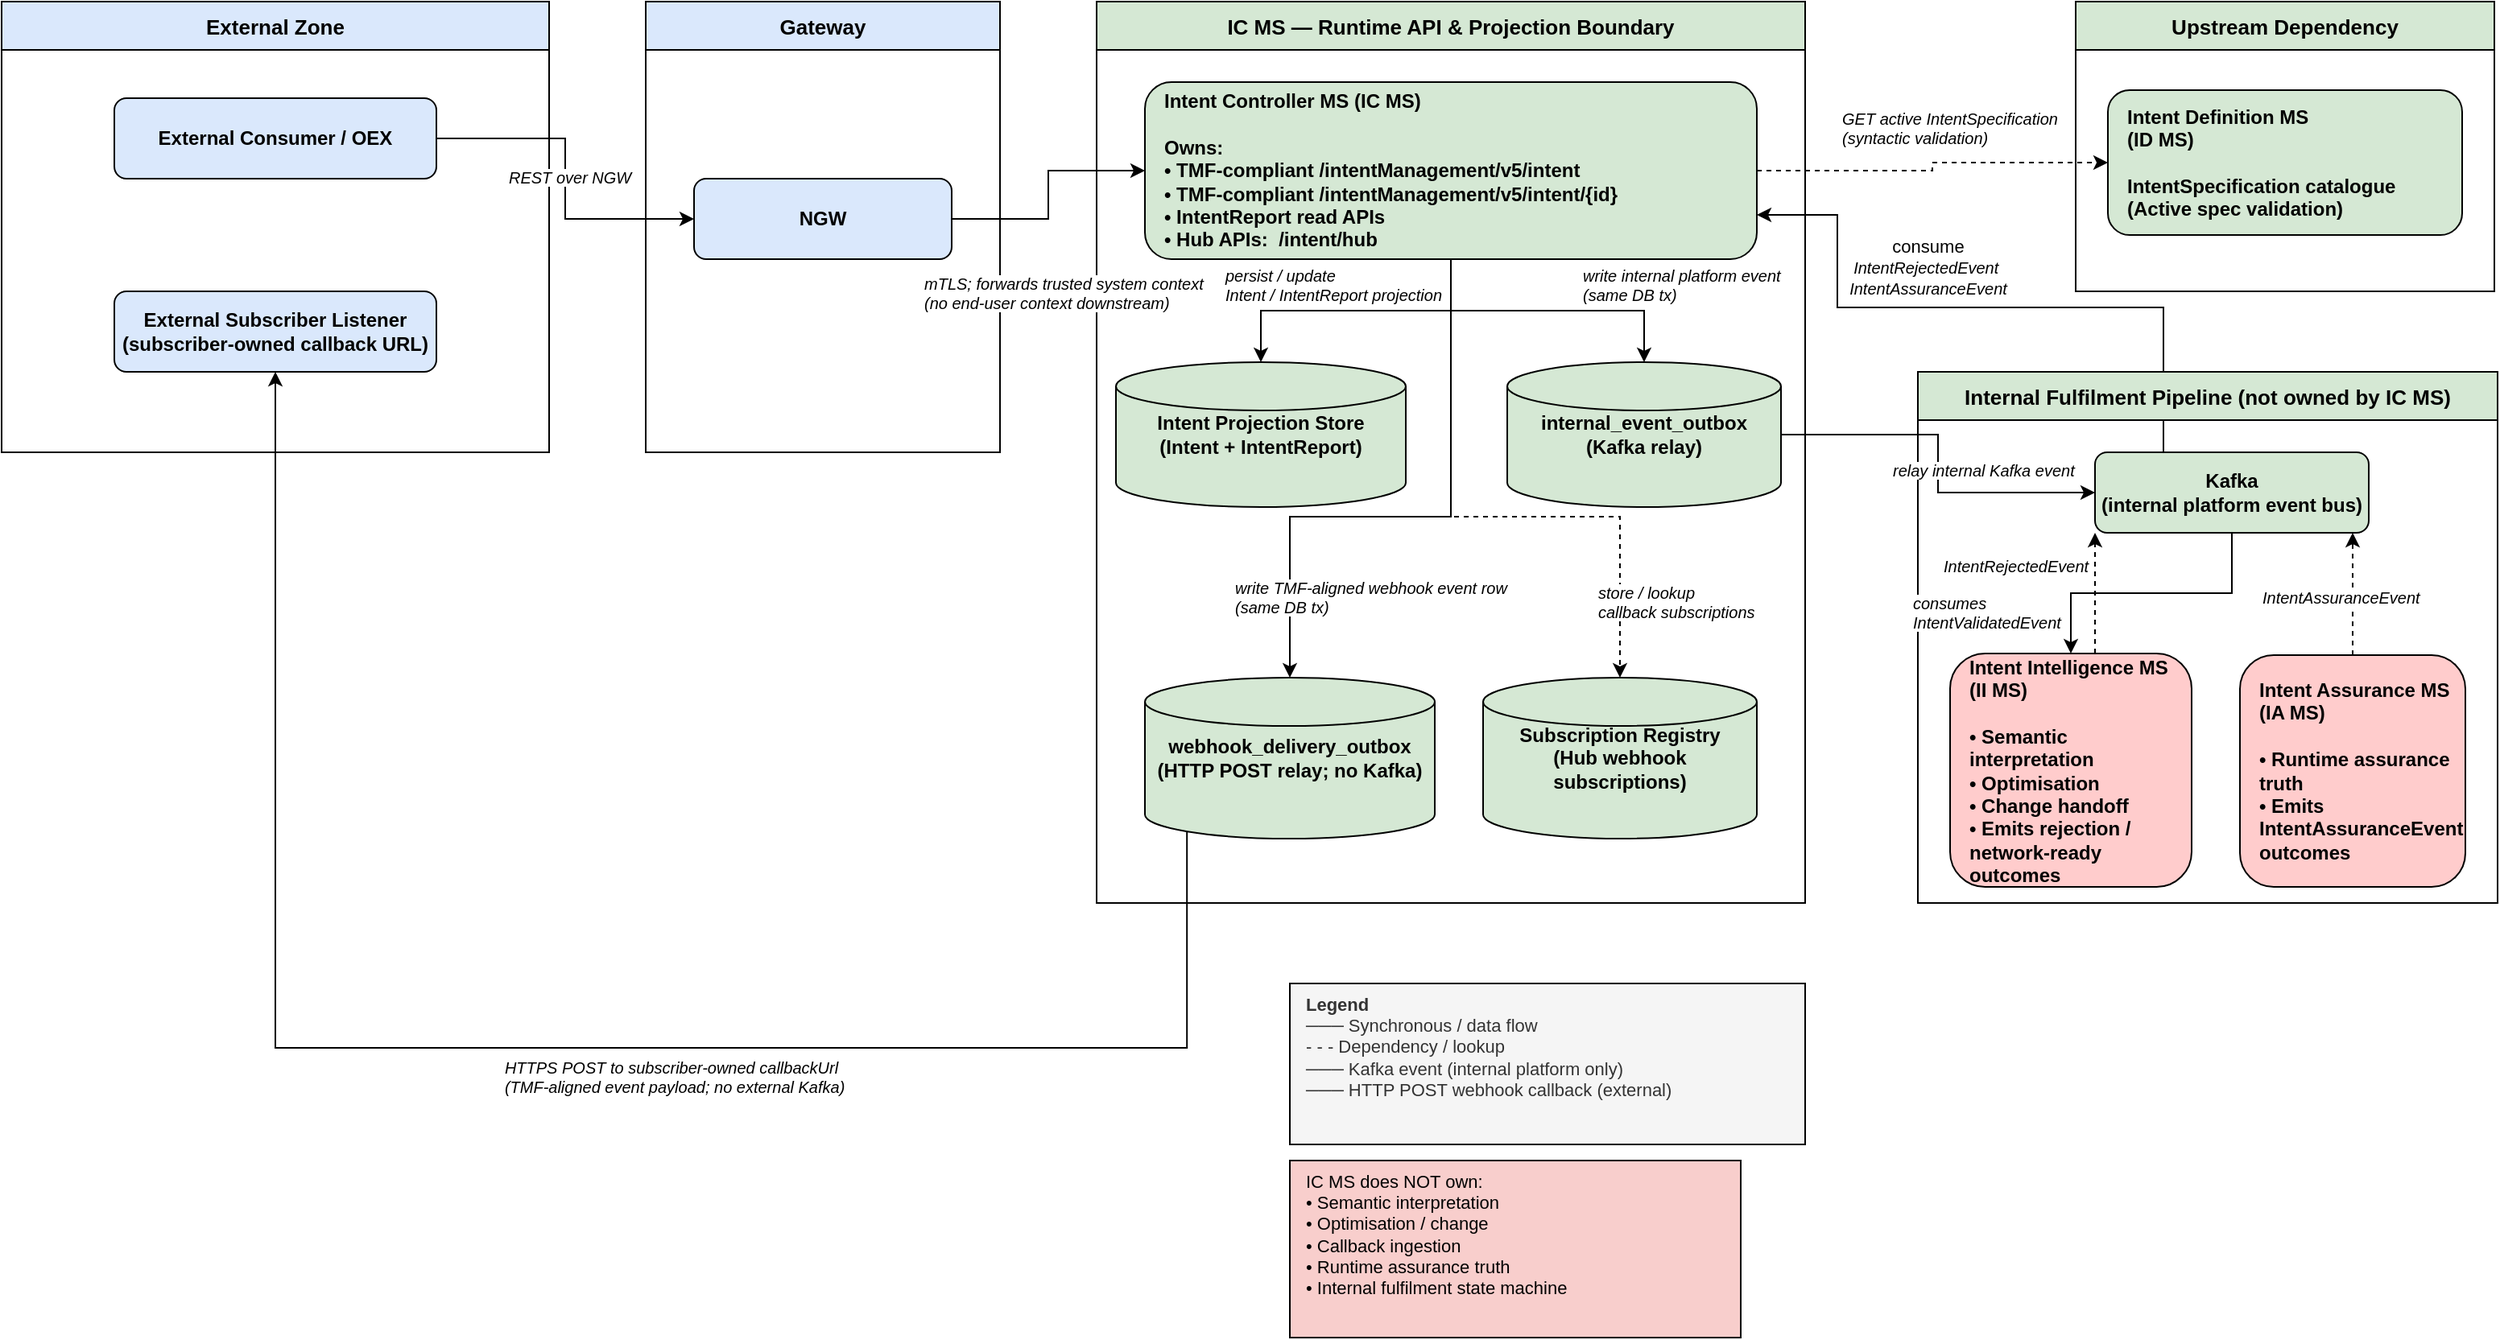
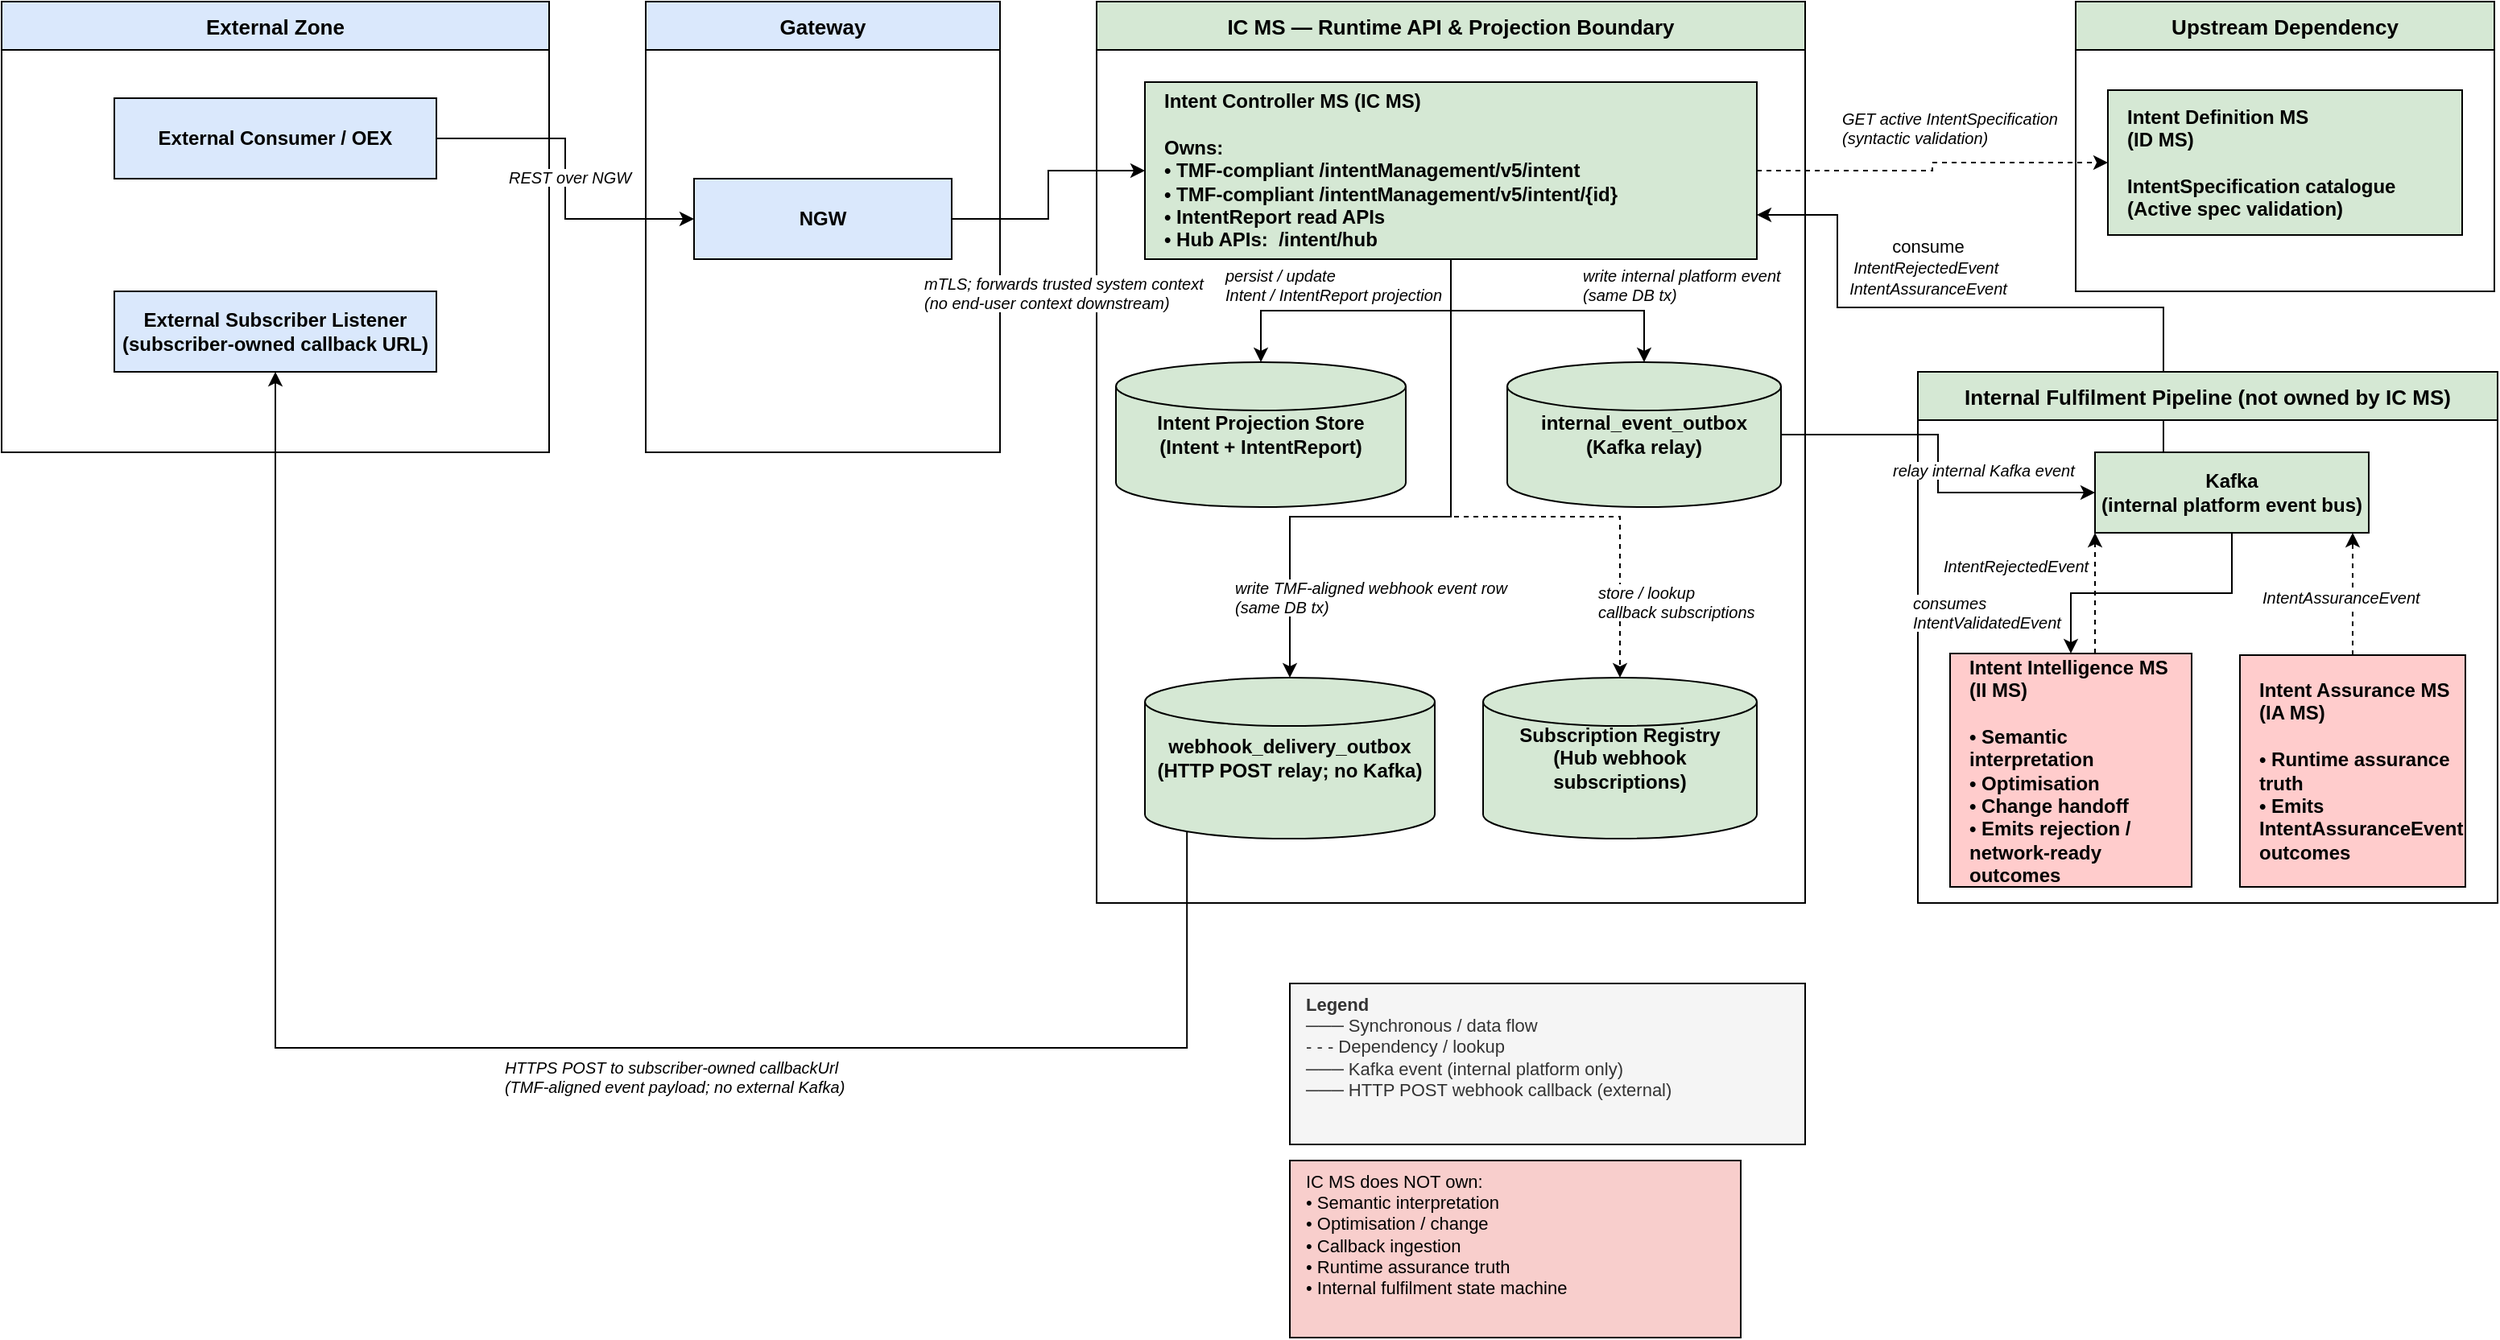
<mxfile host="65bd71144e">
    <diagram name="IC MS - Logical View" id="ic-ms-logical-view">
-         <mxGraphModel dx="615" dy="633" grid="1" gridSize="10" guides="1" tooltips="1" connect="1" arrows="1" fold="1" page="1" pageScale="1" pageWidth="1654" pageHeight="1169" math="0" shadow="0">
+         <mxGraphModel dx="665" dy="639" grid="1" gridSize="10" guides="1" tooltips="1" connect="1" arrows="1" fold="1" page="1" pageScale="1" pageWidth="1654" pageHeight="1169" math="0" shadow="0" adaptiveColors="none">
            <root>
                <mxCell id="0"/>
                <mxCell id="1" parent="0"/>
-                 <mxCell id="zone_external" value="External Zone" style="swimlane;startSize=30;fillColor=#dae8fc;strokeColor=default;fontStyle=1;fontSize=13;horizontal=1;container=0;" parent="1" vertex="1">
+                 <mxCell id="zone_external" value="External Zone" style="swimlane;startSize=30;fillColor=#dae8fc;strokeColor=default;fontStyle=1;fontSize=13;horizontal=1;container=0;rounded=0;" parent="1" vertex="1">
                    <mxGeometry x="40" y="40" width="340" height="280" as="geometry"/>
                </mxCell>
-                 <mxCell id="zone_gateway" value="Gateway" style="swimlane;startSize=30;fillColor=#dae8fc;strokeColor=default;fontStyle=1;fontSize=13;horizontal=1;container=0;" parent="1" vertex="1">
+                 <mxCell id="zone_gateway" value="Gateway" style="swimlane;startSize=30;fillColor=#dae8fc;strokeColor=default;fontStyle=1;fontSize=13;horizontal=1;container=0;rounded=0;" parent="1" vertex="1">
                    <mxGeometry x="440" y="40" width="220" height="280" as="geometry"/>
                </mxCell>
-                 <mxCell id="zone_icms" value="IC MS — Runtime API &amp; Projection Boundary" style="swimlane;startSize=30;fillColor=#d5e8d4;strokeColor=default;fontStyle=1;fontSize=13;horizontal=1;container=0;" parent="1" vertex="1">
+                 <mxCell id="zone_icms" value="IC MS — Runtime API &amp; Projection Boundary" style="swimlane;startSize=30;fillColor=#d5e8d4;strokeColor=default;fontStyle=1;fontSize=13;horizontal=1;container=0;rounded=0;" parent="1" vertex="1">
                    <mxGeometry x="720" y="40" width="440" height="560" as="geometry"/>
                </mxCell>
-                 <mxCell id="zone_idms" value="Upstream Dependency" style="swimlane;startSize=30;fillColor=#d5e8d4;strokeColor=default;fontStyle=1;fontSize=13;horizontal=1;container=0;" parent="1" vertex="1">
+                 <mxCell id="zone_idms" value="Upstream Dependency" style="swimlane;startSize=30;fillColor=#d5e8d4;strokeColor=default;fontStyle=1;fontSize=13;horizontal=1;container=0;rounded=0;" parent="1" vertex="1">
                    <mxGeometry x="1328" y="40" width="260" height="180" as="geometry"/>
                </mxCell>
                <mxCell id="0MlcjW0cjBZ2ITzH3IxV-1" style="edgeStyle=orthogonalEdgeStyle;rounded=0;orthogonalLoop=1;jettySize=auto;html=1;fillColor=#d5e8d4;strokeColor=default;exitX=0.25;exitY=0;exitDx=0;exitDy=0;entryX=1;entryY=0.75;entryDx=0;entryDy=0;" parent="1" source="kafka" target="icms_core" edge="1">
                    <mxGeometry relative="1" as="geometry">
                        <mxPoint x="1400" y="310" as="sourcePoint"/>
                        <mxPoint x="1130" y="230" as="targetPoint"/>
                        <Array as="points">
                            <mxPoint x="1383" y="230"/>
                            <mxPoint x="1180" y="230"/>
                            <mxPoint x="1180" y="173"/>
                        </Array>
                    </mxGeometry>
                </mxCell>
-                 <mxCell id="2" value="consume&lt;div&gt;&lt;span style=&quot;color: rgb(0, 0, 0); font-size: 10px; font-style: italic; text-align: left;&quot;&gt;IntentRejectedEvent&amp;nbsp;&lt;br&gt;&lt;span style=&quot;color: rgb(0, 0, 0);&quot;&gt;IntentAssuranceEvent&lt;/span&gt;&lt;/span&gt;&lt;/div&gt;" style="edgeLabel;html=1;align=center;verticalAlign=middle;resizable=0;points=[];" vertex="1" connectable="0" parent="0MlcjW0cjBZ2ITzH3IxV-1">
+                 <mxCell id="2" value="consume&lt;div&gt;&lt;span style=&quot;color: rgb(0, 0, 0); font-size: 10px; font-style: italic; text-align: left;&quot;&gt;IntentRejectedEvent&amp;nbsp;&lt;br&gt;&lt;span style=&quot;color: rgb(0, 0, 0);&quot;&gt;IntentAssuranceEvent&lt;/span&gt;&lt;/span&gt;&lt;/div&gt;" style="edgeLabel;html=1;align=center;verticalAlign=middle;resizable=0;points=[];rounded=0;" parent="0MlcjW0cjBZ2ITzH3IxV-1" vertex="1" connectable="0">
                    <mxGeometry x="0.4455" y="-1" relative="1" as="geometry">
                        <mxPoint x="52" y="-24" as="offset"/>
                    </mxGeometry>
                </mxCell>
-                 <mxCell id="zone_internal" value="Internal Fulfilment Pipeline (not owned by IC MS)" style="swimlane;startSize=30;fillColor=#d5e8d4;strokeColor=default;fontStyle=1;fontSize=13;horizontal=1;container=0;" parent="1" vertex="1">
+                 <mxCell id="zone_internal" value="Internal Fulfilment Pipeline (not owned by IC MS)" style="swimlane;startSize=30;fillColor=#d5e8d4;strokeColor=default;fontStyle=1;fontSize=13;horizontal=1;container=0;rounded=0;" parent="1" vertex="1">
                    <mxGeometry x="1230" y="270" width="360" height="330" as="geometry"/>
                </mxCell>
                <mxCell id="e1" style="edgeStyle=orthogonalEdgeStyle;rounded=0;" parent="1" source="ext_consumer" target="gateway" edge="1">
                    <mxGeometry relative="1" as="geometry"/>
                </mxCell>
-                 <mxCell id="e1_lbl" value="REST over NGW" style="edgeLabel;fontSize=10;fontStyle=2;container=0;" parent="e1" connectable="0" vertex="1">
+                 <mxCell id="e1_lbl" value="REST over NGW" style="edgeLabel;fontSize=10;fontStyle=2;container=0;rounded=0;" parent="e1" connectable="0" vertex="1">
                    <mxGeometry relative="0.5" as="geometry">
                        <mxPoint x="-37" y="-13" as="offset"/>
                    </mxGeometry>
                </mxCell>
                <mxCell id="e2" style="edgeStyle=orthogonalEdgeStyle;rounded=0;" parent="1" source="gateway" target="icms_core" edge="1">
                    <mxGeometry relative="1" as="geometry"/>
                </mxCell>
-                 <mxCell id="e2_lbl" value="mTLS; forwards trusted system context&#xa;(no end-user context downstream)" style="edgeLabel;fontSize=10;fontStyle=2;container=0;" parent="e2" connectable="0" vertex="1">
+                 <mxCell id="e2_lbl" value="mTLS; forwards trusted system context&#xa;(no end-user context downstream)" style="edgeLabel;fontSize=10;fontStyle=2;container=0;rounded=0;" parent="e2" connectable="0" vertex="1">
                    <mxGeometry relative="0.5" as="geometry">
                        <mxPoint x="-79" y="43" as="offset"/>
                    </mxGeometry>
                </mxCell>
                <mxCell id="e3" style="edgeStyle=orthogonalEdgeStyle;rounded=0;dashed=1;fillColor=#d5e8d4;strokeColor=default;" parent="1" source="icms_core" target="idms" edge="1">
                    <mxGeometry relative="1" as="geometry"/>
                </mxCell>
-                 <mxCell id="e3_lbl" value="GET active IntentSpecification&#xa;(syntactic validation)" style="edgeLabel;fontSize=10;fontStyle=2;container=0;" parent="e3" connectable="0" vertex="1">
+                 <mxCell id="e3_lbl" value="GET active IntentSpecification&#xa;(syntactic validation)" style="edgeLabel;fontSize=10;fontStyle=2;container=0;rounded=0;" parent="e3" connectable="0" vertex="1">
                    <mxGeometry relative="0.5" as="geometry">
                        <mxPoint x="-58" y="-42" as="offset"/>
                    </mxGeometry>
                </mxCell>
                <mxCell id="e4" style="edgeStyle=orthogonalEdgeStyle;rounded=0;fillColor=#d5e8d4;strokeColor=default;" parent="1" source="icms_core" target="intent_store" edge="1">
                    <mxGeometry relative="1" as="geometry"/>
                </mxCell>
-                 <mxCell id="e4_lbl" value="persist / update&#xa;Intent / IntentReport projection" style="edgeLabel;fontSize=10;fontStyle=2;container=0;" parent="e4" connectable="0" vertex="1">
+                 <mxCell id="e4_lbl" value="persist / update&#xa;Intent / IntentReport projection" style="edgeLabel;fontSize=10;fontStyle=2;container=0;rounded=0;" parent="e4" connectable="0" vertex="1">
                    <mxGeometry relative="0.5" as="geometry">
                        <mxPoint x="-83" y="-34" as="offset"/>
                    </mxGeometry>
                </mxCell>
                <mxCell id="e5" style="edgeStyle=orthogonalEdgeStyle;rounded=0;fillColor=#d5e8d4;strokeColor=default;" parent="1" source="icms_core" target="int_outbox" edge="1">
                    <mxGeometry relative="1" as="geometry"/>
                </mxCell>
-                 <mxCell id="e5_lbl" value="write internal platform event&#xa;(same DB tx)" style="edgeLabel;fontSize=10;fontStyle=2;container=0;" parent="e5" connectable="0" vertex="1">
+                 <mxCell id="e5_lbl" value="write internal platform event&#xa;(same DB tx)" style="edgeLabel;fontSize=10;fontStyle=2;container=0;rounded=0;" parent="e5" connectable="0" vertex="1">
                    <mxGeometry relative="0.5" as="geometry">
                        <mxPoint x="20" y="-34" as="offset"/>
                    </mxGeometry>
                </mxCell>
                <mxCell id="e6" style="edgeStyle=orthogonalEdgeStyle;rounded=0;fillColor=#d5e8d4;strokeColor=default;" parent="1" source="int_outbox" target="kafka" edge="1">
                    <mxGeometry relative="1" as="geometry"/>
                </mxCell>
-                 <mxCell id="e6_lbl" value="relay internal Kafka event" style="edgeLabel;fontSize=10;fontStyle=2;container=0;" parent="e6" connectable="0" vertex="1">
+                 <mxCell id="e6_lbl" value="relay internal Kafka event" style="edgeLabel;fontSize=10;fontStyle=2;container=0;rounded=0;" parent="e6" connectable="0" vertex="1">
                    <mxGeometry relative="0.5" as="geometry">
                        <mxPoint x="-30" y="-8" as="offset"/>
                    </mxGeometry>
                </mxCell>
                <mxCell id="e7" style="edgeStyle=orthogonalEdgeStyle;rounded=0;fillColor=#d5e8d4;strokeColor=default;" parent="1" source="kafka" target="iims" edge="1">
                    <mxGeometry relative="1" as="geometry"/>
                </mxCell>
-                 <mxCell id="e7_lbl" value="consumes&#xa;IntentValidatedEvent" style="edgeLabel;fontSize=10;fontStyle=2;container=0;" parent="e7" connectable="0" vertex="1">
+                 <mxCell id="e7_lbl" value="consumes&#xa;IntentValidatedEvent" style="edgeLabel;fontSize=10;fontStyle=2;container=0;rounded=0;" parent="e7" connectable="0" vertex="1">
                    <mxGeometry relative="0.5" as="geometry">
                        <mxPoint x="-150" y="-6" as="offset"/>
                    </mxGeometry>
                </mxCell>
                <mxCell id="e8" style="edgeStyle=orthogonalEdgeStyle;rounded=0;dashed=1;fillColor=#d5e8d4;strokeColor=default;" parent="1" source="iims" target="kafka" edge="1">
                    <mxGeometry relative="1" as="geometry">
                        <Array as="points">
                            <mxPoint x="1310" y="490"/>
                            <mxPoint x="1380" y="490"/>
                            <mxPoint x="1380" y="360"/>
                        </Array>
                    </mxGeometry>
                </mxCell>
-                 <mxCell id="e8_lbl" value="IntentRejectedEvent " style="edgeLabel;fontSize=10;fontStyle=2;container=0;" parent="e8" connectable="0" vertex="1">
+                 <mxCell id="e8_lbl" value="IntentRejectedEvent " style="edgeLabel;fontSize=10;fontStyle=2;container=0;rounded=0;" parent="e8" connectable="0" vertex="1">
                    <mxGeometry relative="0.5" as="geometry">
                        <mxPoint x="-96" y="-29" as="offset"/>
                    </mxGeometry>
                </mxCell>
                <mxCell id="e9" style="edgeStyle=orthogonalEdgeStyle;rounded=0;dashed=1;fillColor=#d5e8d4;strokeColor=default;" parent="1" source="iams" target="kafka" edge="1">
                    <mxGeometry relative="1" as="geometry">
                        <Array as="points">
                            <mxPoint x="1450" y="490"/>
                            <mxPoint x="1450" y="360"/>
                        </Array>
                    </mxGeometry>
                </mxCell>
-                 <mxCell id="e9_lbl" value="IntentAssuranceEvent" style="edgeLabel;fontSize=10;fontStyle=2;container=0;" parent="e9" connectable="0" vertex="1">
+                 <mxCell id="e9_lbl" value="IntentAssuranceEvent" style="edgeLabel;fontSize=10;fontStyle=2;container=0;rounded=0;" parent="e9" connectable="0" vertex="1">
                    <mxGeometry relative="0.5" as="geometry">
                        <mxPoint x="-58" y="-10" as="offset"/>
                    </mxGeometry>
                </mxCell>
                <mxCell id="e11" style="edgeStyle=orthogonalEdgeStyle;rounded=0;fillColor=#d5e8d4;strokeColor=default;" parent="1" source="icms_core" target="webhook_outbox" edge="1">
                    <mxGeometry relative="1" as="geometry">
                        <Array as="points">
                            <mxPoint x="940" y="360"/>
                            <mxPoint x="840" y="360"/>
                        </Array>
                    </mxGeometry>
                </mxCell>
-                 <mxCell id="e11_lbl" value="write TMF-aligned webhook event row&#xa;(same DB tx)" style="edgeLabel;fontSize=10;fontStyle=2;container=0;" parent="e11" connectable="0" vertex="1">
+                 <mxCell id="e11_lbl" value="write TMF-aligned webhook event row&#xa;(same DB tx)" style="edgeLabel;fontSize=10;fontStyle=2;container=0;rounded=0;" parent="e11" connectable="0" vertex="1">
                    <mxGeometry relative="0.5" as="geometry">
                        <mxPoint x="-116" y="32" as="offset"/>
                    </mxGeometry>
                </mxCell>
                <mxCell id="e12" style="edgeStyle=orthogonalEdgeStyle;rounded=0;strokeColor=default;exitX=0.145;exitY=1;exitDx=0;exitDy=-4.35;exitPerimeter=0;" parent="1" source="webhook_outbox" target="ext_subscriber" edge="1">
                    <mxGeometry relative="1" as="geometry">
                        <Array as="points">
                            <mxPoint x="776" y="690"/>
                            <mxPoint x="210" y="690"/>
                        </Array>
                    </mxGeometry>
                </mxCell>
-                 <mxCell id="e12_lbl" value="HTTPS POST to subscriber-owned callbackUrl&#xa;(TMF-aligned event payload; no external Kafka)" style="edgeLabel;fontSize=10;fontStyle=2;container=0;" parent="e12" connectable="0" vertex="1">
+                 <mxCell id="e12_lbl" value="HTTPS POST to subscriber-owned callbackUrl&#xa;(TMF-aligned event payload; no external Kafka)" style="edgeLabel;fontSize=10;fontStyle=2;container=0;rounded=0;" parent="e12" connectable="0" vertex="1">
                    <mxGeometry relative="0.5" as="geometry"/>
                </mxCell>
                <mxCell id="e13" style="edgeStyle=orthogonalEdgeStyle;rounded=0;dashed=1;fillColor=#d5e8d4;strokeColor=default;" parent="1" source="icms_core" target="sub_registry" edge="1">
                    <mxGeometry relative="1" as="geometry">
                        <Array as="points">
                            <mxPoint x="940" y="360"/>
                            <mxPoint x="1045" y="360"/>
                        </Array>
                    </mxGeometry>
                </mxCell>
-                 <mxCell id="e13_lbl" value="store / lookup&#xa;callback subscriptions" style="edgeLabel;fontSize=10;fontStyle=2;container=0;" parent="e13" connectable="0" vertex="1">
+                 <mxCell id="e13_lbl" value="store / lookup&#xa;callback subscriptions" style="edgeLabel;fontSize=10;fontStyle=2;container=0;rounded=0;" parent="e13" connectable="0" vertex="1">
                    <mxGeometry relative="0.5" as="geometry">
                        <mxPoint x="67" y="35" as="offset"/>
                    </mxGeometry>
                </mxCell>
-                 <mxCell id="legend" value="&lt;b&gt;Legend&lt;/b&gt;&#xa;─── Synchronous / data flow&#xa;- - - Dependency / lookup&#xa;─── Kafka event (internal platform only)&#xa;─── HTTP POST webhook callback (external)" style="text;html=1;strokeColor=default;fillColor=#f5f5f5;align=left;verticalAlign=top;spacingLeft=8;fontSize=11;fontColor=#333333;container=0;" parent="1" vertex="1">
+                 <mxCell id="legend" value="&lt;b&gt;Legend&lt;/b&gt;&#xa;─── Synchronous / data flow&#xa;- - - Dependency / lookup&#xa;─── Kafka event (internal platform only)&#xa;─── HTTP POST webhook callback (external)" style="text;html=1;strokeColor=default;fillColor=#f5f5f5;align=left;verticalAlign=top;spacingLeft=8;fontSize=11;fontColor=#333333;container=0;rounded=0;" parent="1" vertex="1">
                    <mxGeometry x="840" y="650" width="320" height="100" as="geometry"/>
                </mxCell>
-                 <mxCell id="not_owned_note" value="IC MS does NOT own:&#xa;• Semantic interpretation&#xa;• Optimisation / change&#xa;• Callback ingestion&#xa;• Runtime assurance truth&#xa;• Internal fulfilment state machine" style="text;html=1;strokeColor=default;fillColor=#f8cecc;align=left;verticalAlign=top;spacingLeft=8;fontSize=11;container=0;" parent="1" vertex="1">
+                 <mxCell id="not_owned_note" value="IC MS does NOT own:&#xa;• Semantic interpretation&#xa;• Optimisation / change&#xa;• Callback ingestion&#xa;• Runtime assurance truth&#xa;• Internal fulfilment state machine" style="text;html=1;strokeColor=default;fillColor=#f8cecc;align=left;verticalAlign=top;spacingLeft=8;fontSize=11;container=0;rounded=0;" parent="1" vertex="1">
                    <mxGeometry x="840" y="760" width="280" height="110" as="geometry"/>
                </mxCell>
-                 <mxCell id="ext_consumer" value="External Consumer / OEX" style="rounded=1;whiteSpace=wrap;html=1;fillColor=#dae8fc;strokeColor=default;fontStyle=1;fontSize=12;container=0;" parent="1" vertex="1">
+                 <mxCell id="ext_consumer" value="External Consumer / OEX" style="rounded=0;whiteSpace=wrap;html=1;fillColor=#dae8fc;strokeColor=default;fontStyle=1;fontSize=12;container=0;" parent="1" vertex="1">
                    <mxGeometry x="110" y="100" width="200" height="50" as="geometry"/>
                </mxCell>
-                 <mxCell id="ext_subscriber" value="External Subscriber Listener&#xa;(subscriber-owned callback URL)" style="rounded=1;whiteSpace=wrap;html=1;fillColor=#dae8fc;strokeColor=default;fontStyle=1;fontSize=12;container=0;" parent="1" vertex="1">
+                 <mxCell id="ext_subscriber" value="External Subscriber Listener&#xa;(subscriber-owned callback URL)" style="rounded=0;whiteSpace=wrap;html=1;fillColor=#dae8fc;strokeColor=default;fontStyle=1;fontSize=12;container=0;" parent="1" vertex="1">
                    <mxGeometry x="110" y="220" width="200" height="50" as="geometry"/>
                </mxCell>
-                 <mxCell id="gateway" value="NGW" style="rounded=1;whiteSpace=wrap;html=1;fillColor=#dae8fc;strokeColor=default;fontStyle=1;fontSize=12;container=0;" parent="1" vertex="1">
+                 <mxCell id="gateway" value="NGW" style="rounded=0;whiteSpace=wrap;html=1;fillColor=#dae8fc;strokeColor=default;fontStyle=1;fontSize=12;container=0;" parent="1" vertex="1">
                    <mxGeometry x="470" y="150" width="160" height="50" as="geometry"/>
                </mxCell>
-                 <mxCell id="icms_core" value="Intent Controller MS (IC MS)&lt;br&gt;&lt;br&gt;Owns:&lt;br&gt;• TMF-compliant /intentManagement/v5/intent&lt;br&gt;• TMF-compliant /intentManagement/v5/intent/{id}&lt;br&gt;• IntentReport read APIs&lt;br&gt;• Hub APIs:&amp;nbsp; /intent/hub" style="rounded=1;whiteSpace=wrap;html=1;fillColor=#d5e8d4;strokeColor=default;fontStyle=1;fontSize=12;align=left;spacingLeft=10;container=0;" parent="1" vertex="1">
+                 <mxCell id="icms_core" value="Intent Controller MS (IC MS)&lt;br&gt;&lt;br&gt;Owns:&lt;br&gt;• TMF-compliant /intentManagement/v5/intent&lt;br&gt;• TMF-compliant /intentManagement/v5/intent/{id}&lt;br&gt;• IntentReport read APIs&lt;br&gt;• Hub APIs:&amp;nbsp; /intent/hub" style="rounded=0;whiteSpace=wrap;html=1;fillColor=#d5e8d4;strokeColor=default;fontStyle=1;fontSize=12;align=left;spacingLeft=10;container=0;" parent="1" vertex="1">
                    <mxGeometry x="750" y="90" width="380" height="110" as="geometry"/>
                </mxCell>
-                 <mxCell id="intent_store" value="Intent Projection Store&#xa;(Intent + IntentReport)" style="shape=cylinder3;whiteSpace=wrap;html=1;fillColor=#d5e8d4;strokeColor=default;fontStyle=1;fontSize=12;container=0;" parent="1" vertex="1">
+                 <mxCell id="intent_store" value="Intent Projection Store&#xa;(Intent + IntentReport)" style="shape=cylinder3;whiteSpace=wrap;html=1;fillColor=#d5e8d4;strokeColor=default;fontStyle=1;fontSize=12;container=0;rounded=0;" parent="1" vertex="1">
                    <mxGeometry x="732" y="264" width="180" height="90" as="geometry"/>
                </mxCell>
-                 <mxCell id="int_outbox" value="internal_event_outbox&#xa;(Kafka relay)" style="shape=cylinder3;whiteSpace=wrap;html=1;fillColor=#d5e8d4;strokeColor=default;fontStyle=1;fontSize=12;container=0;" parent="1" vertex="1">
+                 <mxCell id="int_outbox" value="internal_event_outbox&#xa;(Kafka relay)" style="shape=cylinder3;whiteSpace=wrap;html=1;fillColor=#d5e8d4;strokeColor=default;fontStyle=1;fontSize=12;container=0;rounded=0;" parent="1" vertex="1">
                    <mxGeometry x="975" y="264" width="170" height="90" as="geometry"/>
                </mxCell>
-                 <mxCell id="webhook_outbox" value="webhook_delivery_outbox&#xa;(HTTP POST relay; no Kafka)" style="shape=cylinder3;whiteSpace=wrap;html=1;fillColor=#d5e8d4;strokeColor=default;fontStyle=1;fontSize=12;container=0;" parent="1" vertex="1">
+                 <mxCell id="webhook_outbox" value="webhook_delivery_outbox&#xa;(HTTP POST relay; no Kafka)" style="shape=cylinder3;whiteSpace=wrap;html=1;fillColor=#d5e8d4;strokeColor=default;fontStyle=1;fontSize=12;container=0;rounded=0;" parent="1" vertex="1">
                    <mxGeometry x="750" y="460" width="180" height="100" as="geometry"/>
                </mxCell>
-                 <mxCell id="sub_registry" value="Subscription Registry&#xa;(Hub webhook subscriptions)" style="shape=cylinder3;whiteSpace=wrap;html=1;fillColor=#d5e8d4;strokeColor=default;fontStyle=1;fontSize=12;container=0;" parent="1" vertex="1">
+                 <mxCell id="sub_registry" value="Subscription Registry&#xa;(Hub webhook subscriptions)" style="shape=cylinder3;whiteSpace=wrap;html=1;fillColor=#d5e8d4;strokeColor=default;fontStyle=1;fontSize=12;container=0;rounded=0;" parent="1" vertex="1">
                    <mxGeometry x="960" y="460" width="170" height="100" as="geometry"/>
                </mxCell>
-                 <mxCell id="idms" value="Intent Definition MS&#xa;(ID MS)&#xa;&#xa;IntentSpecification catalogue&#xa;(Active spec validation)" style="rounded=1;whiteSpace=wrap;html=1;fillColor=#d5e8d4;strokeColor=default;fontStyle=1;fontSize=12;align=left;spacingLeft=10;container=0;" parent="1" vertex="1">
+                 <mxCell id="idms" value="Intent Definition MS&#xa;(ID MS)&#xa;&#xa;IntentSpecification catalogue&#xa;(Active spec validation)" style="rounded=0;whiteSpace=wrap;html=1;fillColor=#d5e8d4;strokeColor=default;fontStyle=1;fontSize=12;align=left;spacingLeft=10;container=0;" parent="1" vertex="1">
                    <mxGeometry x="1348" y="95" width="220" height="90" as="geometry"/>
                </mxCell>
-                 <mxCell id="kafka" value="Kafka&#xa;(internal platform event bus)" style="rounded=1;whiteSpace=wrap;html=1;fillColor=#d5e8d4;strokeColor=default;fontStyle=1;fontSize=12;container=0;" parent="1" vertex="1">
+                 <mxCell id="kafka" value="Kafka&#xa;(internal platform event bus)" style="rounded=0;whiteSpace=wrap;html=1;fillColor=#d5e8d4;strokeColor=default;fontStyle=1;fontSize=12;container=0;" parent="1" vertex="1">
                    <mxGeometry x="1340" y="320" width="170" height="50" as="geometry"/>
                </mxCell>
-                 <mxCell id="iims" value="Intent Intelligence MS&lt;br&gt;(II MS)&lt;br&gt;&lt;br&gt;• Semantic interpretation&lt;br&gt;• Optimisation&lt;br&gt;• Change handoff&lt;br&gt;• Emits rejection / network-ready outcomes" style="rounded=1;whiteSpace=wrap;html=1;fillColor=#ffcccc;strokeColor=default;fontStyle=1;fontSize=12;align=left;spacingLeft=10;container=0;" parent="1" vertex="1">
+                 <mxCell id="iims" value="Intent Intelligence MS&lt;br&gt;(II MS)&lt;br&gt;&lt;br&gt;• Semantic interpretation&lt;br&gt;• Optimisation&lt;br&gt;• Change handoff&lt;br&gt;• Emits rejection / network-ready outcomes" style="rounded=0;whiteSpace=wrap;html=1;fillColor=#ffcccc;strokeColor=default;fontStyle=1;fontSize=12;align=left;spacingLeft=10;container=0;" parent="1" vertex="1">
                    <mxGeometry x="1250" y="445" width="150" height="145" as="geometry"/>
                </mxCell>
-                 <mxCell id="iams" value="Intent Assurance MS&#xa;(IA MS)&#xa;&#xa;• Runtime assurance truth&#xa;• Emits IntentAssuranceEvent outcomes" style="rounded=1;whiteSpace=wrap;html=1;fillColor=#ffcccc;strokeColor=default;fontStyle=1;fontSize=12;align=left;spacingLeft=10;container=0;" parent="1" vertex="1">
+                 <mxCell id="iams" value="Intent Assurance MS&#xa;(IA MS)&#xa;&#xa;• Runtime assurance truth&#xa;• Emits IntentAssuranceEvent outcomes" style="rounded=0;whiteSpace=wrap;html=1;fillColor=#ffcccc;strokeColor=default;fontStyle=1;fontSize=12;align=left;spacingLeft=10;container=0;" parent="1" vertex="1">
                    <mxGeometry x="1430" y="446" width="140" height="144" as="geometry"/>
                </mxCell>
            </root>
        </mxGraphModel>
    </diagram>
</mxfile>